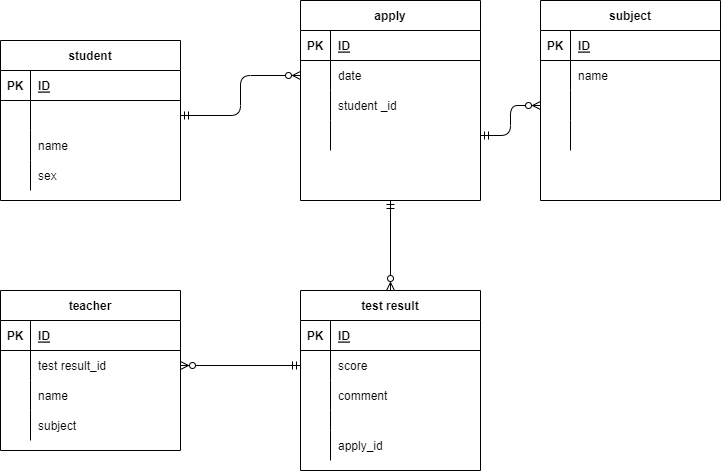
MISAKI0512/ER- keeps this draw.io diagram as index2.drawio.png. Above is the earlier version. Source tidied: cells renumbered, new cells last; positions are measured from the earlier drawing's top-left corner, leaving out a move shared by most shapes.
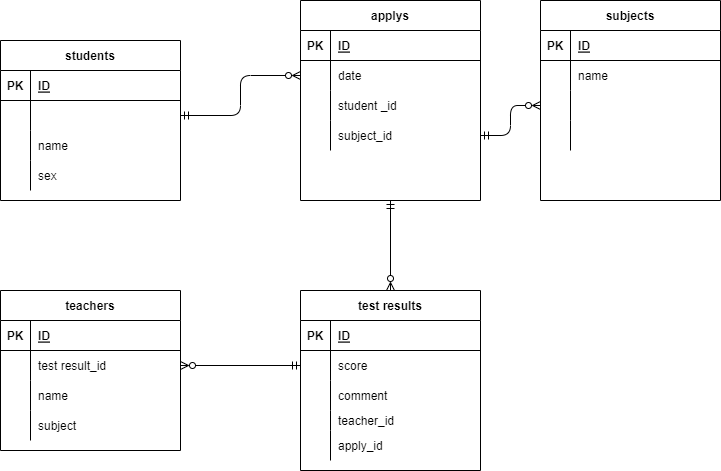
After the commit.

Diff of the diagram source:
```diff
@@ -2,7 +2,7 @@
   <root>
     <mxCell id="0" />
     <mxCell id="1" parent="0" />
-    <mxCell id="2" value="subject" style="shape=table;startSize=30;rowLines=0;fontStyle=1;align=center;" parent="1" vertex="1">
+    <mxCell id="2" value="subjects" style="shape=table;startSize=30;rowLines=0;fontStyle=1;align=center;" parent="1" vertex="1">
       <mxGeometry x="540" width="180" height="200" as="geometry" />
     </mxCell>
     <mxCell id="3" style="shape=partialRectangle;fillColor=none;top=0;left=0;bottom=1;right=0;" parent="2" vertex="1">
@@ -41,7 +41,7 @@
     <mxCell id="14" style="shape=partialRectangle;fillColor=none;top=0;left=0;bottom=0;right=0;align=left;spacingLeft=6;overflow=hidden;" parent="12" vertex="1">
       <mxGeometry x="30" width="150" height="30" as="geometry" />
     </mxCell>
-    <mxCell id="15" value="student" style="shape=table;startSize=30;rowLines=0;fontStyle=1;align=center;" parent="1" vertex="1">
+    <mxCell id="15" value="students" style="shape=table;startSize=30;rowLines=0;fontStyle=1;align=center;" parent="1" vertex="1">
       <mxGeometry y="40" width="180" height="160" as="geometry" />
     </mxCell>
     <mxCell id="16" style="shape=partialRectangle;fillColor=none;top=0;left=0;bottom=1;right=0;" parent="15" vertex="1">
@@ -80,7 +80,7 @@
     <mxCell id="27" value="sex" style="shape=partialRectangle;fillColor=none;top=0;left=0;bottom=0;right=0;align=left;spacingLeft=6;overflow=hidden;" parent="25" vertex="1">
       <mxGeometry x="30" width="150" height="30" as="geometry" />
     </mxCell>
-    <mxCell id="28" value="teacher" style="shape=table;startSize=30;rowLines=0;fontStyle=1;align=center;" parent="1" vertex="1">
+    <mxCell id="28" value="teachers" style="shape=table;startSize=30;rowLines=0;fontStyle=1;align=center;" parent="1" vertex="1">
       <mxGeometry y="290" width="180" height="160" as="geometry" />
     </mxCell>
     <mxCell id="29" style="shape=partialRectangle;fillColor=none;top=0;left=0;bottom=1;right=0;" parent="28" vertex="1">
@@ -122,7 +122,7 @@
     <mxCell id="41" style="edgeStyle=orthogonalEdgeStyle;html=1;entryX=0.5;entryY=0;entryDx=0;entryDy=0;startArrow=ERmandOne;startFill=0;endArrow=ERzeroToMany;endFill=0;" parent="1" edge="1" source="42" target="55">
       <mxGeometry relative="1" as="geometry" />
     </mxCell>
-    <mxCell id="42" value="apply" style="shape=table;startSize=30;rowLines=0;fontStyle=1;align=center;" parent="1" vertex="1">
+    <mxCell id="42" value="applys" style="shape=table;startSize=30;rowLines=0;fontStyle=1;align=center;" parent="1" vertex="1">
       <mxGeometry x="300" width="180" height="200" as="geometry" />
     </mxCell>
     <mxCell id="43" style="shape=partialRectangle;fillColor=none;top=0;left=0;bottom=1;right=0;" parent="42" vertex="1">
@@ -158,10 +158,10 @@
     <mxCell id="53" style="shape=partialRectangle;fillColor=none;top=0;left=0;bottom=0;right=0;overflow=hidden;" parent="52" vertex="1">
       <mxGeometry width="30" height="30" as="geometry" />
     </mxCell>
-    <mxCell id="54" style="shape=partialRectangle;fillColor=none;top=0;left=0;bottom=0;right=0;align=left;spacingLeft=6;overflow=hidden;" parent="52" vertex="1">
+    <mxCell id="54" value="subject_id" style="shape=partialRectangle;fillColor=none;top=0;left=0;bottom=0;right=0;align=left;spacingLeft=6;overflow=hidden;" parent="52" vertex="1">
       <mxGeometry x="30" width="150" height="30" as="geometry" />
     </mxCell>
-    <mxCell id="55" value="test result" style="shape=table;startSize=30;rowLines=0;fontStyle=1;align=center;" parent="1" vertex="1">
+    <mxCell id="55" value="test results" style="shape=table;startSize=30;rowLines=0;fontStyle=1;align=center;" parent="1" vertex="1">
       <mxGeometry x="300" y="290" width="180" height="180" as="geometry" />
     </mxCell>
     <mxCell id="56" style="shape=partialRectangle;fillColor=none;top=0;left=0;bottom=1;right=0;" parent="55" vertex="1">
@@ -197,7 +197,7 @@
     <mxCell id="66" style="shape=partialRectangle;fillColor=none;top=0;left=0;bottom=0;right=0;overflow=hidden;" parent="65" vertex="1">
       <mxGeometry width="30" height="20" as="geometry" />
     </mxCell>
-    <mxCell id="67" style="shape=partialRectangle;fillColor=none;top=0;left=0;bottom=0;right=0;align=left;spacingLeft=6;overflow=hidden;" parent="65" vertex="1">
+    <mxCell id="67" value="teacher_id" style="shape=partialRectangle;fillColor=none;top=0;left=0;bottom=0;right=0;align=left;spacingLeft=6;overflow=hidden;" parent="65" vertex="1">
       <mxGeometry x="30" width="150" height="20" as="geometry" />
     </mxCell>
     <mxCell id="68" style="shape=partialRectangle;fillColor=none;top=0;left=0;bottom=0;right=0;" parent="55" vertex="1">
```
